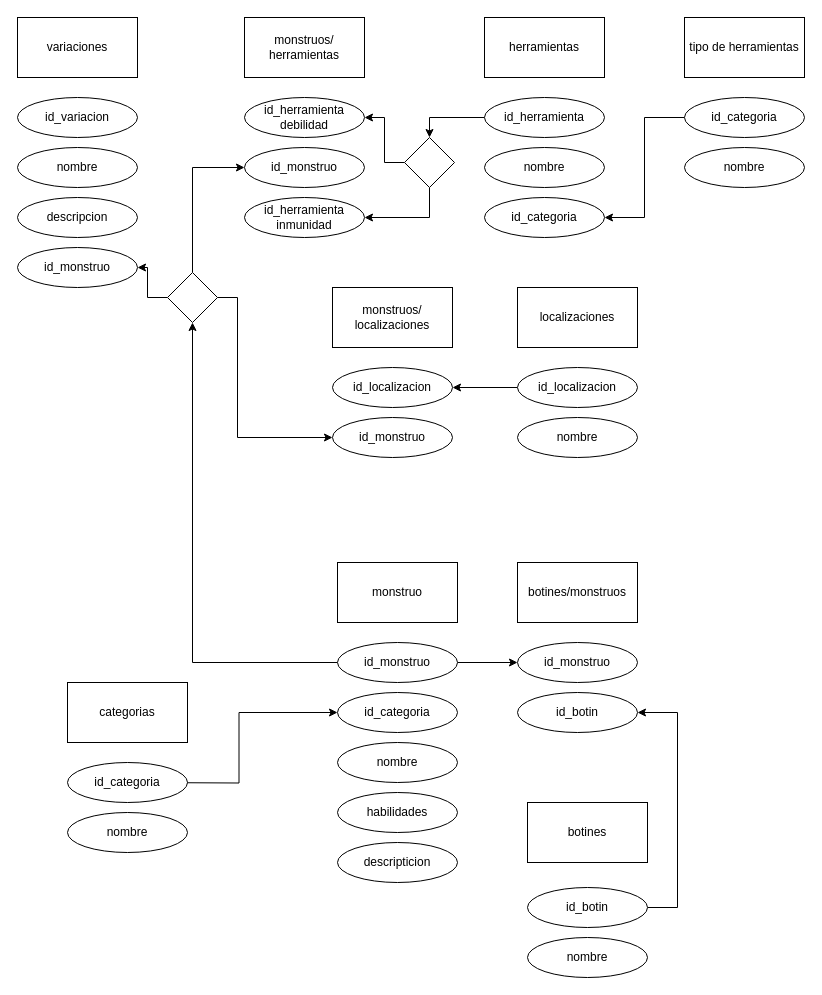
Earlier version of the draw.io diagram DiagramaBestiario.drawio (Fede-Diiorio/TheWitcherScript). Source tidied: cells renumbered, new cells numbered last; positions are measured from the earlier drawing's top-left corner, leaving out a move shared by most shapes. Both pictures are drawn from the tidied source at 100%, with x=0, y=0 at pixel (17, 17).
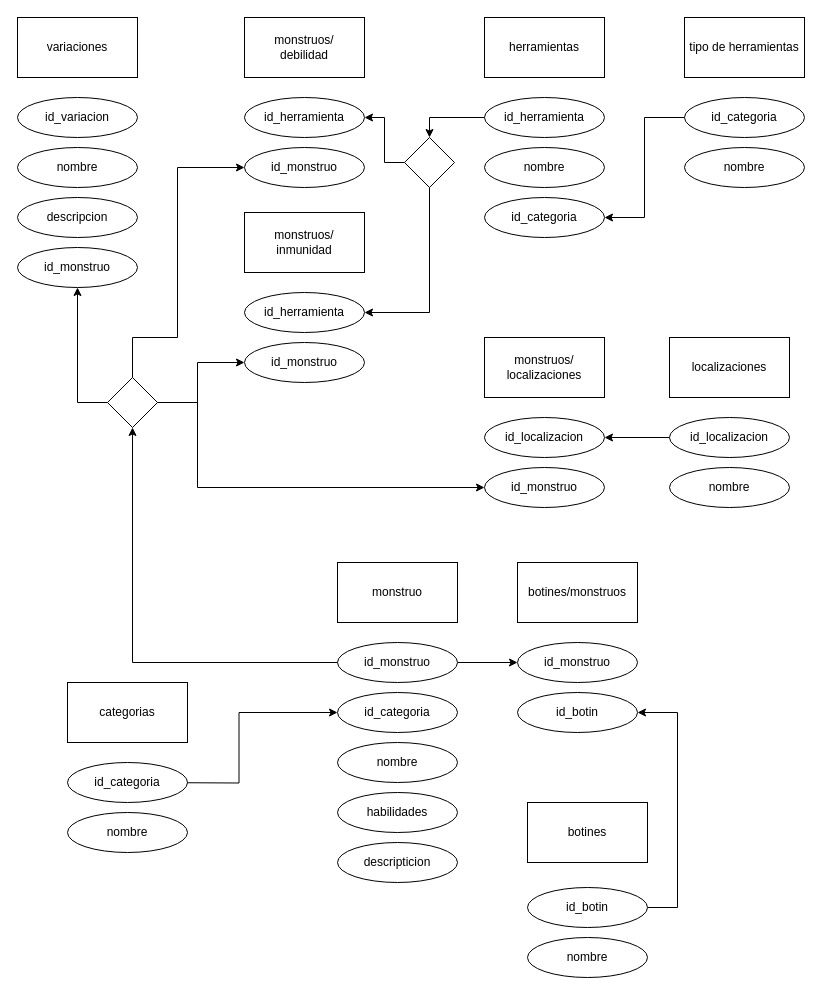
Above is the later version.

Commit message (it also covers changes not shown here):
Se crearon diferentes tablas para debilidades e inmunidades de los monstruos

Unchanged cells that the change refers to:
```xml
<mxCell id="30" value="id_monstruo" style="ellipse;whiteSpace=wrap;html=1;" parent="1" vertex="1">
  <mxGeometry x="227" y="130" width="120" height="40" as="geometry" />
</mxCell>
<mxCell id="40" value="id_monstruo" style="ellipse;whiteSpace=wrap;html=1;" parent="1" vertex="1">
  <mxGeometry y="230" width="120" height="40" as="geometry" />
</mxCell>
<mxCell id="49" style="rhombus;whiteSpace=wrap;html=1;" parent="1" vertex="1">
  <mxGeometry x="387" y="120" width="50" height="50" as="geometry" />
</mxCell>
```

Diff of the diagram source:
```diff
@@
     <mxCell id="11" value="localizaciones" style="rounded=0;whiteSpace=wrap;html=1;" parent="1" vertex="1">
-      <mxGeometry x="500" y="270" width="120" height="60" as="geometry" />
+      <mxGeometry x="652" y="320" width="120" height="60" as="geometry" />
     </mxCell>
@@
     <mxCell id="14" value="id_localizacion" style="ellipse;whiteSpace=wrap;html=1;" parent="1" vertex="1">
-      <mxGeometry x="500" y="350" width="120" height="40" as="geometry" />
+      <mxGeometry x="652" y="400" width="120" height="40" as="geometry" />
     </mxCell>
     <mxCell id="15" value="nombre" style="ellipse;whiteSpace=wrap;html=1;" parent="1" vertex="1">
-      <mxGeometry x="500" y="400" width="120" height="40" as="geometry" />
+      <mxGeometry x="652" y="450" width="120" height="40" as="geometry" />
     </mxCell>
@@
-    <mxCell id="29" value="monstruos/&lt;div&gt;herramientas&lt;/div&gt;" style="rounded=0;whiteSpace=wrap;html=1;" parent="1" vertex="1">
+    <mxCell id="29" value="monstruos/&lt;div&gt;debilidad&lt;/div&gt;" style="rounded=0;whiteSpace=wrap;html=1;" parent="1" vertex="1">
       <mxGeometry x="227" width="120" height="60" as="geometry" />
     </mxCell>
@@
-    <mxCell id="31" value="id_herramienta debilidad" style="ellipse;whiteSpace=wrap;html=1;" parent="1" vertex="1">
+    <mxCell id="31" value="id_herramienta" style="ellipse;whiteSpace=wrap;html=1;" parent="1" vertex="1">
       <mxGeometry x="227" y="80" width="120" height="40" as="geometry" />
     </mxCell>
@@
-    <mxCell id="41" style="edgeStyle=orthogonalEdgeStyle;rounded=0;jettySize=auto;html=1;exitX=0;exitY=0.5;exitDx=0;exitDy=0;entryX=1;entryY=0.5;entryDx=0;entryDy=0;" parent="1" edge="1" source="44" target="40">
-      <mxGeometry relative="1" as="geometry" />
-    </mxCell>
     <mxCell id="42" style="edgeStyle=orthogonalEdgeStyle;rounded=0;jettySize=auto;html=1;exitX=1;exitY=0.5;exitDx=0;exitDy=0;entryX=0;entryY=0.5;entryDx=0;entryDy=0;" parent="1" edge="1" source="44" target="52">
       <mxGeometry relative="1" as="geometry">
         <Array as="points">
-          <mxPoint x="220" y="280" />
-          <mxPoint x="220" y="420" />
+          <mxPoint x="180" y="385" />
+          <mxPoint x="180" y="470" />
         </Array>
       </mxGeometry>
     </mxCell>
     <mxCell id="43" style="edgeStyle=orthogonalEdgeStyle;rounded=0;jettySize=auto;html=1;exitX=0.5;exitY=0;exitDx=0;exitDy=0;entryX=0;entryY=0.5;entryDx=0;entryDy=0;" parent="1" edge="1" source="44" target="30">
-      <mxGeometry relative="1" as="geometry" />
+      <mxGeometry relative="1" as="geometry">
+        <Array as="points">
+          <mxPoint x="115" y="320" />
+          <mxPoint x="160" y="320" />
+          <mxPoint x="160" y="150" />
+        </Array>
+      </mxGeometry>
     </mxCell>
+    <mxCell id="41" style="edgeStyle=orthogonalEdgeStyle;rounded=0;jettySize=auto;html=1;exitX=0;exitY=0.5;exitDx=0;exitDy=0;entryX=0.5;entryY=1;entryDx=0;entryDy=0;" parent="1" edge="1" source="44" target="40">
+      <mxGeometry relative="1" as="geometry" />
+    </mxCell>
+    <mxCell id="53" style="edgeStyle=orthogonalEdgeStyle;rounded=0;jettySize=auto;html=1;exitX=1;exitY=0.5;exitDx=0;exitDy=0;entryX=0;entryY=0.5;entryDx=0;entryDy=0;" parent="1" edge="1" source="44" target="56">
+      <mxGeometry relative="1" as="geometry">
+        <Array as="points">
+          <mxPoint x="180" y="385" />
+          <mxPoint x="180" y="345" />
+        </Array>
+      </mxGeometry>
+    </mxCell>
     <mxCell id="44" style="rhombus;whiteSpace=wrap;html=1;" parent="1" vertex="1">
-      <mxGeometry x="150" y="255" width="50" height="50" as="geometry" />
+      <mxGeometry x="90" y="360" width="50" height="50" as="geometry" />
     </mxCell>
@@
-    <mxCell id="46" value="id_herramienta inmunidad" style="ellipse;whiteSpace=wrap;html=1;" parent="1" vertex="1">
-      <mxGeometry x="227" y="180" width="120" height="40" as="geometry" />
-    </mxCell>
@@
-    <mxCell id="48" style="edgeStyle=orthogonalEdgeStyle;rounded=0;jettySize=auto;html=1;exitX=0.5;exitY=1;exitDx=0;exitDy=0;entryX=1;entryY=0.5;entryDx=0;entryDy=0;" parent="1" edge="1" source="49" target="46">
-      <mxGeometry relative="1" as="geometry" />
-    </mxCell>
+    <mxCell id="54" style="edgeStyle=orthogonalEdgeStyle;rounded=0;jettySize=auto;html=1;exitX=0.5;exitY=1;exitDx=0;exitDy=0;entryX=1;entryY=0.5;entryDx=0;entryDy=0;" parent="1" edge="1" source="49" target="57">
+      <mxGeometry relative="1" as="geometry" />
+    </mxCell>
@@
     <mxCell id="50" value="monstruos/&lt;div&gt;localizaciones&lt;/div&gt;" style="rounded=0;whiteSpace=wrap;html=1;" parent="1" vertex="1">
-      <mxGeometry x="315" y="270" width="120" height="60" as="geometry" />
+      <mxGeometry x="467" y="320" width="120" height="60" as="geometry" />
     </mxCell>
     <mxCell id="51" value="id_localizacion" style="ellipse;whiteSpace=wrap;html=1;" parent="1" vertex="1">
-      <mxGeometry x="315" y="350" width="120" height="40" as="geometry" />
+      <mxGeometry x="467" y="400" width="120" height="40" as="geometry" />
     </mxCell>
     <mxCell id="52" value="id_monstruo" style="ellipse;whiteSpace=wrap;html=1;" parent="1" vertex="1">
-      <mxGeometry x="315" y="400" width="120" height="40" as="geometry" />
+      <mxGeometry x="467" y="450" width="120" height="40" as="geometry" />
     </mxCell>
+    <mxCell id="55" value="monstruos/&lt;div&gt;inmunidad&lt;/div&gt;" style="rounded=0;whiteSpace=wrap;html=1;" parent="1" vertex="1">
+      <mxGeometry x="227" y="195" width="120" height="60" as="geometry" />
+    </mxCell>
+    <mxCell id="56" value="id_monstruo" style="ellipse;whiteSpace=wrap;html=1;" parent="1" vertex="1">
+      <mxGeometry x="227" y="325" width="120" height="40" as="geometry" />
+    </mxCell>
+    <mxCell id="57" value="id_herramienta" style="ellipse;whiteSpace=wrap;html=1;" parent="1" vertex="1">
+      <mxGeometry x="227" y="275" width="120" height="40" as="geometry" />
+    </mxCell>
```
